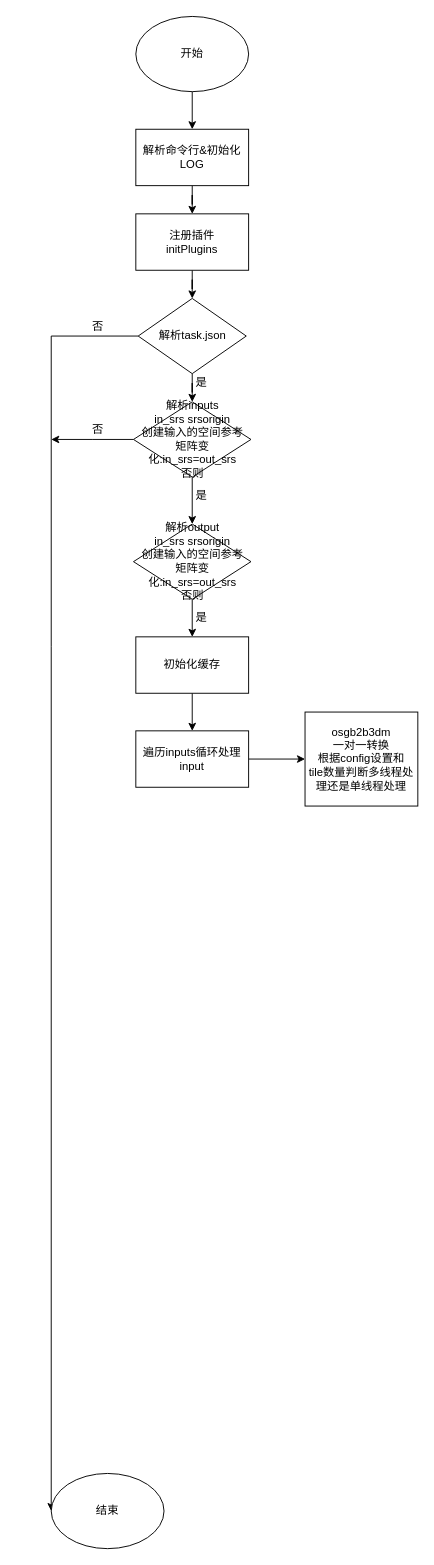
Earlier version of the draw.io diagram Untitled Diagram.drawio (guanchen-super/C-Plus-Plus). Source tidied: cells renumbered, new cells numbered last; positions are measured from the earlier drawing's top-left corner, leaving out a move shared by most shapes. Both pictures are drawn from the tidied source at 94%, with x=0, y=0 at pixel (51, 16).
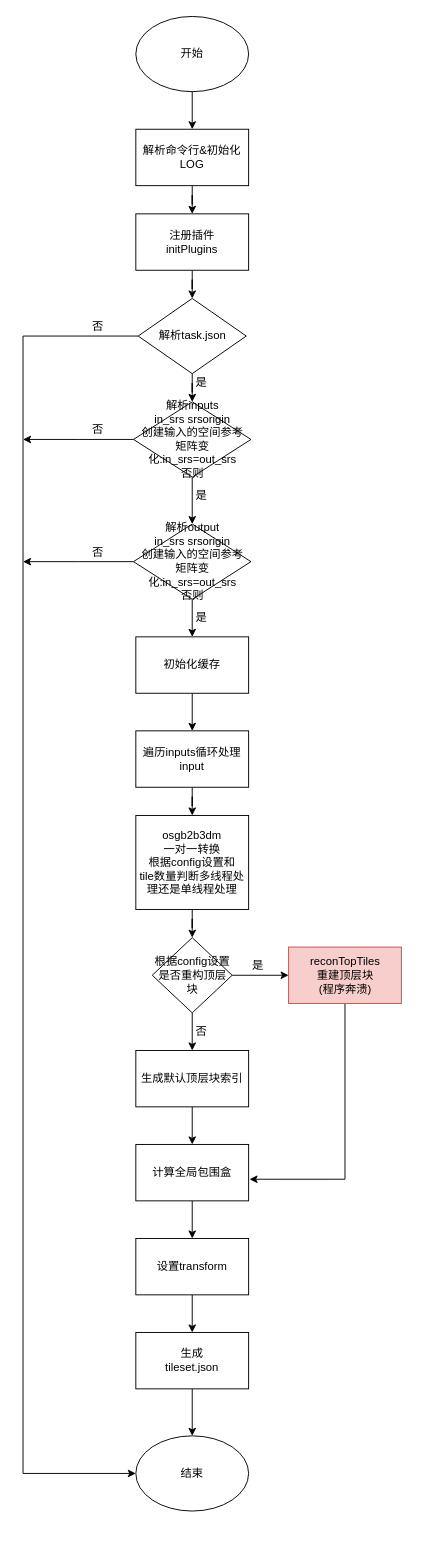
After the change.

Unchanged cells that the change refers to:
```xml
<mxCell id="10" value="解析task.json" style="rhombus;whiteSpace=wrap;html=1;" parent="1" vertex="1">
  <mxGeometry x="92.5" y="300" width="115" height="80" as="geometry" />
</mxCell>
<mxCell id="15" value="解析inputs&lt;br&gt;in_srs srsorigin&lt;br&gt;创建输入的空间参考&lt;br&gt;矩阵变化:in_srs=out_srs&lt;br&gt;否则&lt;br&gt;" style="rhombus;whiteSpace=wrap;html=1;" parent="1" vertex="1">
  <mxGeometry x="87.5" y="410" width="125" height="80" as="geometry" />
</mxCell>
<mxCell id="19" value="解析output&lt;br&gt;in_srs srsorigin&lt;br&gt;创建输入的空间参考&lt;br&gt;矩阵变化:in_srs=out_srs&lt;br&gt;否则" style="rhombus;whiteSpace=wrap;html=1;" parent="1" vertex="1">
  <mxGeometry x="87.5" y="540" width="125" height="80" as="geometry" />
</mxCell>
```

Diff of the diagram source:
```diff
@@
     <mxCell id="8" style="edgeStyle=orthogonalEdgeStyle;rounded=0;jettySize=auto;html=1;exitX=0;exitY=0.5;exitDx=0;exitDy=0;entryX=0;entryY=0.5;entryDx=0;entryDy=0;" parent="1" edge="1" source="10" target="11">
       <mxGeometry relative="1" as="geometry">
         <Array as="points">
-          <mxPoint y="340" />
-          <mxPoint y="670" />
+          <mxPoint x="-30" y="340" />
+          <mxPoint x="-30" y="1550" />
         </Array>
       </mxGeometry>
     </mxCell>
@@
     <mxCell id="11" value="结束" style="ellipse;whiteSpace=wrap;html=1;" parent="1" vertex="1">
-      <mxGeometry y="1550" width="120" height="80" as="geometry" />
+      <mxGeometry x="90" y="1510" width="120" height="80" as="geometry" />
     </mxCell>
@@
     <mxCell id="13" style="edgeStyle=orthogonalEdgeStyle;rounded=0;jettySize=auto;html=1;exitX=0;exitY=0.5;exitDx=0;exitDy=0;" parent="1" edge="1" source="15">
       <mxGeometry relative="1" as="geometry">
-        <mxPoint y="450" as="targetPoint" />
+        <mxPoint x="-30" y="450" as="targetPoint" />
       </mxGeometry>
     </mxCell>
@@
+    <mxCell id="27" style="edgeStyle=orthogonalEdgeStyle;rounded=0;jettySize=auto;html=1;exitX=0;exitY=0.5;exitDx=0;exitDy=0;" parent="1" edge="1" source="19">
+      <mxGeometry relative="1" as="geometry">
+        <mxPoint x="-30" y="580" as="targetPoint" />
+      </mxGeometry>
+    </mxCell>
@@
+    <mxCell id="28" style="edgeStyle=orthogonalEdgeStyle;rounded=0;jettySize=auto;html=1;" parent="1" edge="1" source="26" target="31">
+      <mxGeometry relative="1" as="geometry" />
+    </mxCell>
     <mxCell id="26" value="osgb2b3dm&lt;br&gt;一对一转换&lt;br&gt;根据config设置和&lt;br&gt;tile数量判断多线程处理还是单线程处理" style="whiteSpace=wrap;html=1;" parent="1" vertex="1">
-      <mxGeometry x="270" y="740" width="120" height="100" as="geometry" />
+      <mxGeometry x="90" y="850" width="120" height="100" as="geometry" />
     </mxCell>
+    <mxCell id="29" style="edgeStyle=orthogonalEdgeStyle;rounded=0;jettySize=auto;html=1;" parent="1" edge="1" source="31" target="33">
+      <mxGeometry relative="1" as="geometry" />
+    </mxCell>
+    <mxCell id="30" style="edgeStyle=orthogonalEdgeStyle;rounded=0;jettySize=auto;html=1;" parent="1" edge="1" source="31" target="36">
+      <mxGeometry relative="1" as="geometry" />
+    </mxCell>
+    <mxCell id="31" value="根据config设置&lt;br&gt;是否重构顶层块" style="rhombus;whiteSpace=wrap;html=1;" parent="1" vertex="1">
+      <mxGeometry x="107.5" y="980" width="85" height="80" as="geometry" />
+    </mxCell>
+    <mxCell id="32" style="edgeStyle=orthogonalEdgeStyle;rounded=0;jettySize=auto;html=1;entryX=1.008;entryY=0.617;entryDx=0;entryDy=0;entryPerimeter=0;" parent="1" edge="1" source="33" target="40">
+      <mxGeometry relative="1" as="geometry">
+        <Array as="points">
+          <mxPoint x="313" y="1237" />
+        </Array>
+      </mxGeometry>
+    </mxCell>
+    <mxCell id="33" value="reconTopTiles&lt;br&gt;重建顶层块&lt;br&gt;(程序奔溃)" style="whiteSpace=wrap;html=1;fillColor=#f8cecc;strokeColor=#b85450;" parent="1" vertex="1">
+      <mxGeometry x="252.5" y="990" width="120" height="60" as="geometry" />
+    </mxCell>
+    <mxCell id="34" value="是" style="text;html=1;strokeColor=none;fillColor=none;align=center;verticalAlign=middle;whiteSpace=wrap;rounded=0;" parent="1" vertex="1">
+      <mxGeometry x="200" y="1000" width="40" height="20" as="geometry" />
+    </mxCell>
+    <mxCell id="35" style="edgeStyle=orthogonalEdgeStyle;rounded=0;jettySize=auto;html=1;" parent="1" edge="1" source="36" target="40">
+      <mxGeometry relative="1" as="geometry" />
+    </mxCell>
+    <mxCell id="36" value="生成默认顶层块索引" style="whiteSpace=wrap;html=1;" parent="1" vertex="1">
+      <mxGeometry x="90" y="1100" width="120" height="60" as="geometry" />
+    </mxCell>
+    <mxCell id="37" value="否" style="text;html=1;strokeColor=none;fillColor=none;align=center;verticalAlign=middle;whiteSpace=wrap;rounded=0;" parent="1" vertex="1">
+      <mxGeometry x="140" y="1070" width="40" height="20" as="geometry" />
+    </mxCell>
+    <mxCell id="38" value="否" style="text;html=1;strokeColor=none;fillColor=none;align=center;verticalAlign=middle;whiteSpace=wrap;rounded=0;" parent="1" vertex="1">
+      <mxGeometry x="30" y="560" width="40" height="20" as="geometry" />
+    </mxCell>
+    <mxCell id="39" style="edgeStyle=orthogonalEdgeStyle;rounded=0;jettySize=auto;html=1;" parent="1" edge="1" source="40" target="42">
+      <mxGeometry relative="1" as="geometry" />
+    </mxCell>
+    <mxCell id="40" value="计算全局包围盒" style="whiteSpace=wrap;html=1;" parent="1" vertex="1">
+      <mxGeometry x="90" y="1200" width="120" height="60" as="geometry" />
+    </mxCell>
+    <mxCell id="41" style="edgeStyle=orthogonalEdgeStyle;rounded=0;jettySize=auto;html=1;" parent="1" edge="1" source="42" target="44">
+      <mxGeometry relative="1" as="geometry" />
+    </mxCell>
+    <mxCell id="42" value="设置transform" style="whiteSpace=wrap;html=1;" parent="1" vertex="1">
+      <mxGeometry x="90" y="1300" width="120" height="60" as="geometry" />
+    </mxCell>
+    <mxCell id="43" style="edgeStyle=orthogonalEdgeStyle;rounded=0;jettySize=auto;html=1;exitX=0.5;exitY=1;exitDx=0;exitDy=0;entryX=0.5;entryY=0;entryDx=0;entryDy=0;" parent="1" edge="1" source="44" target="11">
+      <mxGeometry relative="1" as="geometry" />
+    </mxCell>
+    <mxCell id="44" value="生成&lt;br&gt;tileset.json" style="whiteSpace=wrap;html=1;" parent="1" vertex="1">
+      <mxGeometry x="90" y="1400" width="120" height="60" as="geometry" />
+    </mxCell>
```
